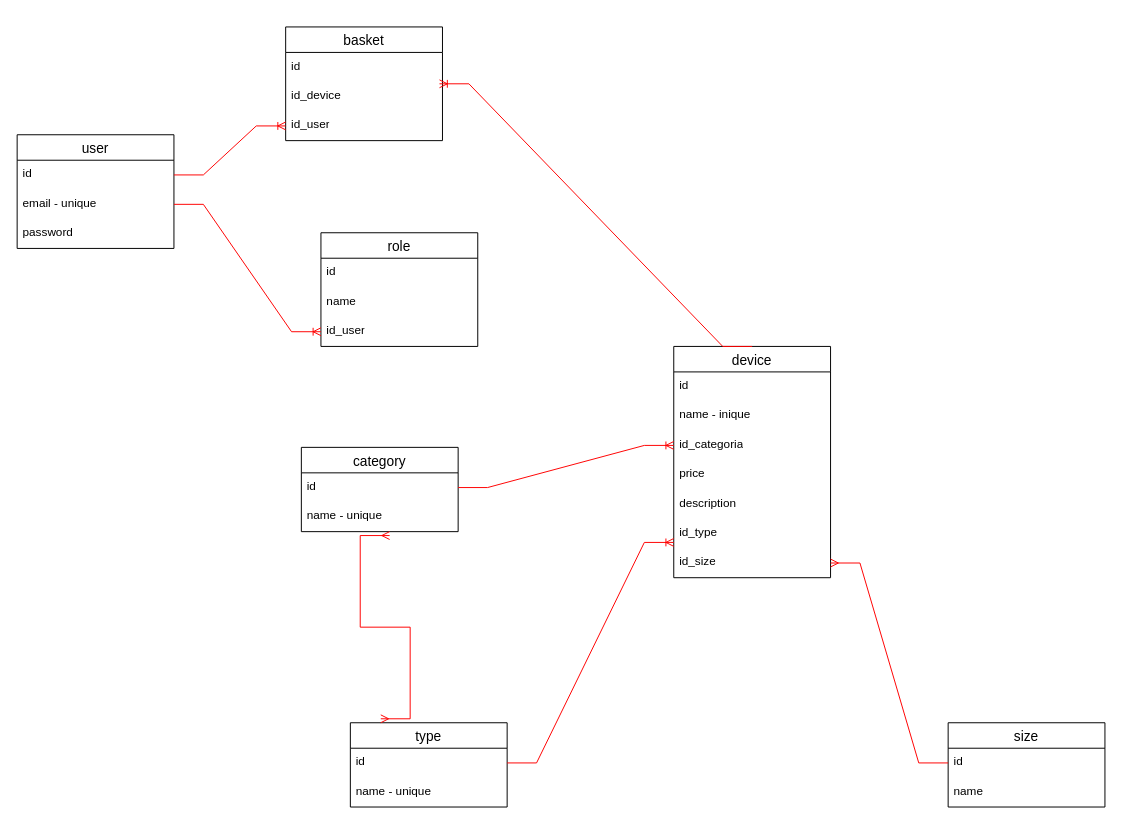
Earlier version of the draw.io diagram shose.drawio (OlegGrn/draw_io). Source tidied: cells renumbered, new cells numbered last; positions are measured from the earlier drawing's top-left corner, leaving out a move shared by most shapes. Both pictures are drawn from the tidied source at 98%, with x=0, y=0 at pixel (17, 26).
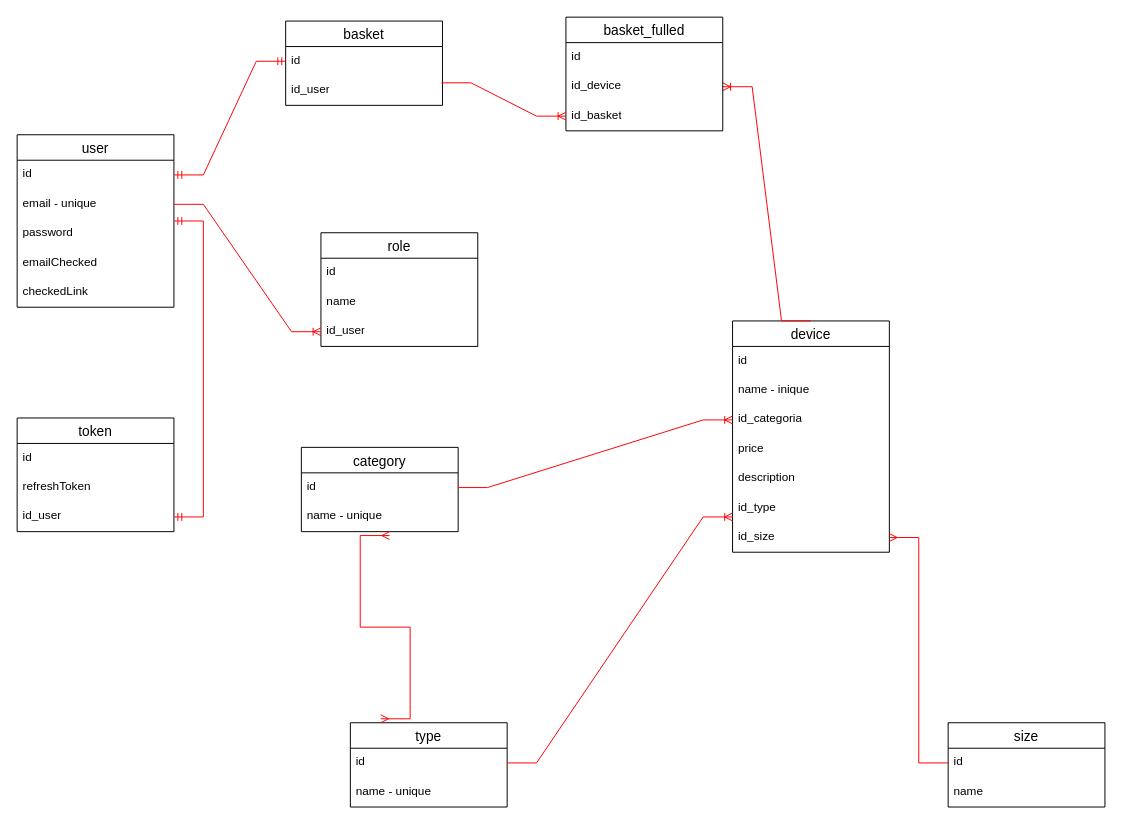
Above is the later version.

Unchanged cells that the change refers to:
```xml
<mxCell id="3" value="id" style="text;strokeColor=none;fillColor=none;spacingLeft=4;spacingRight=4;overflow=hidden;points=[[0,0.5],[1,0.5]];portConstraint=eastwest;fontSize=12;whiteSpace=wrap;html=1;" parent="2" vertex="1">
  <mxGeometry y="26" width="160" height="30" as="geometry" />
</mxCell>
<mxCell id="7" value="id" style="text;strokeColor=none;fillColor=none;spacingLeft=4;spacingRight=4;overflow=hidden;points=[[0,0.5],[1,0.5]];portConstraint=eastwest;fontSize=12;whiteSpace=wrap;html=1;" parent="6" vertex="1">
  <mxGeometry y="26" width="160" height="30" as="geometry" />
</mxCell>
```

Change to the diagram source:
```diff
@@
     <mxCell id="2" value="user" style="swimlane;fontStyle=0;horizontal=1;startSize=26;align=center;fontSize=14;" parent="1" vertex="1">
-      <mxGeometry y="110" width="160" height="116" as="geometry" />
+      <mxGeometry y="110" width="160" height="176" as="geometry" />
     </mxCell>
@@
+    <mxCell id="38" value="emailChecked" style="text;strokeColor=none;fillColor=none;spacingLeft=4;spacingRight=4;overflow=hidden;fontSize=12;whiteSpace=wrap;html=1;" parent="2" vertex="1">
+      <mxGeometry y="116" width="160" height="30" as="geometry" />
+    </mxCell>
+    <mxCell id="39" value="checkedLink" style="text;strokeColor=none;fillColor=none;spacingLeft=4;spacingRight=4;overflow=hidden;fontSize=12;whiteSpace=wrap;html=1;" parent="2" vertex="1">
+      <mxGeometry y="146" width="160" height="30" as="geometry" />
+    </mxCell>
     <mxCell id="6" value="basket" style="swimlane;fontStyle=0;horizontal=1;startSize=26;align=center;fontSize=14;" parent="1" vertex="1">
-      <mxGeometry x="274" width="160" height="116" as="geometry" />
+      <mxGeometry x="274" y="-6" width="160" height="86" as="geometry" />
     </mxCell>
@@
-    <mxCell id="8" value="id_device" style="text;strokeColor=none;fillColor=none;spacingLeft=4;spacingRight=4;overflow=hidden;points=[[0,0.5],[1,0.5]];portConstraint=eastwest;fontSize=12;whiteSpace=wrap;html=1;" parent="6" vertex="1">
-      <mxGeometry y="56" width="160" height="30" as="geometry" />
-    </mxCell>
     <mxCell id="9" value="id_user" style="text;strokeColor=none;fillColor=none;spacingLeft=4;spacingRight=4;overflow=hidden;points=[[0,0.5],[1,0.5]];portConstraint=eastwest;fontSize=12;whiteSpace=wrap;html=1;" parent="6" vertex="1">
-      <mxGeometry y="86" width="160" height="30" as="geometry" />
+      <mxGeometry y="56" width="160" height="30" as="geometry" />
     </mxCell>
-    <mxCell id="10" style="edgeStyle=entityRelationEdgeStyle;fontSize=12;html=1;endArrow=ERoneToMany;rounded=0;entryX=0;entryY=0.5;entryDx=0;entryDy=0;exitX=1;exitY=0.5;exitDx=0;exitDy=0;strokeColor=#FF0000;" parent="1" edge="1" source="3" target="9">
-      <mxGeometry relative="1" as="geometry" />
-    </mxCell>
     <mxCell id="11" value="device" style="swimlane;fontStyle=0;horizontal=1;startSize=26;align=center;fontSize=14;" parent="1" vertex="1">
-      <mxGeometry x="670" y="326" width="160" height="236" as="geometry" />
+      <mxGeometry x="730" y="300" width="160" height="236" as="geometry" />
     </mxCell>
@@
-    <mxCell id="26" style="edgeStyle=entityRelationEdgeStyle;fontSize=12;html=1;endArrow=ERoneToMany;rounded=0;exitX=0.5;exitY=0;exitDx=0;exitDy=0;entryX=0.981;entryY=1.067;entryDx=0;entryDy=0;entryPerimeter=0;strokeColor=#FF0000;" parent="1" edge="1" source="11" target="7">
+    <mxCell id="26" style="edgeStyle=entityRelationEdgeStyle;fontSize=12;html=1;endArrow=ERoneToMany;rounded=0;exitX=0.5;exitY=0;exitDx=0;exitDy=0;entryX=1;entryY=0.5;entryDx=0;entryDy=0;strokeColor=#FF0000;" parent="1" edge="1" source="11" target="8">
       <mxGeometry relative="1" as="geometry" />
     </mxCell>
@@
+    <mxCell id="40" value="basket_fulled" style="swimlane;fontStyle=0;horizontal=1;startSize=26;align=center;fontSize=14;" parent="1" vertex="1">
+      <mxGeometry x="560" y="-10" width="160" height="116" as="geometry" />
+    </mxCell>
+    <mxCell id="41" value="id" style="text;strokeColor=none;fillColor=none;spacingLeft=4;spacingRight=4;overflow=hidden;fontSize=12;whiteSpace=wrap;html=1;" parent="40" vertex="1">
+      <mxGeometry y="26" width="160" height="30" as="geometry" />
+    </mxCell>
+    <mxCell id="8" value="id_device" style="text;strokeColor=none;fillColor=none;spacingLeft=4;spacingRight=4;overflow=hidden;points=[[0,0.5],[1,0.5]];portConstraint=eastwest;fontSize=12;whiteSpace=wrap;html=1;" parent="40" vertex="1">
+      <mxGeometry y="56" width="160" height="30" as="geometry" />
+    </mxCell>
+    <mxCell id="42" value="id_basket" style="text;strokeColor=none;fillColor=none;spacingLeft=4;spacingRight=4;overflow=hidden;points=[[0,0.5],[1,0.5]];portConstraint=eastwest;fontSize=12;whiteSpace=wrap;html=1;" parent="40" vertex="1">
+      <mxGeometry y="86" width="160" height="30" as="geometry" />
+    </mxCell>
+    <mxCell id="43" style="edgeStyle=entityRelationEdgeStyle;fontSize=12;html=1;endArrow=ERmandOne;startArrow=ERmandOne;rounded=0;entryX=0;entryY=0.5;entryDx=0;entryDy=0;exitX=1;exitY=0.5;exitDx=0;exitDy=0;strokeColor=#FF0000;" parent="1" edge="1" source="3" target="7">
+      <mxGeometry relative="1" as="geometry" />
+    </mxCell>
+    <mxCell id="44" style="edgeStyle=entityRelationEdgeStyle;fontSize=12;html=1;endArrow=ERoneToMany;rounded=0;entryX=0;entryY=0.5;entryDx=0;entryDy=0;exitX=0.994;exitY=0.233;exitDx=0;exitDy=0;exitPerimeter=0;strokeColor=#FF0000;" parent="1" edge="1" source="9" target="42">
+      <mxGeometry relative="1" as="geometry" />
+    </mxCell>
+    <mxCell id="45" value="token" style="swimlane;fontStyle=0;horizontal=1;startSize=26;align=center;fontSize=14;" parent="1" vertex="1">
+      <mxGeometry y="399" width="160" height="116" as="geometry" />
+    </mxCell>
+    <mxCell id="46" value="id" style="text;strokeColor=none;fillColor=none;spacingLeft=4;spacingRight=4;overflow=hidden;fontSize=12;whiteSpace=wrap;html=1;" parent="45" vertex="1">
+      <mxGeometry y="26" width="160" height="30" as="geometry" />
+    </mxCell>
+    <mxCell id="47" value="refreshToken" style="text;strokeColor=none;fillColor=none;spacingLeft=4;spacingRight=4;overflow=hidden;fontSize=12;whiteSpace=wrap;html=1;" parent="45" vertex="1">
+      <mxGeometry y="56" width="160" height="30" as="geometry" />
+    </mxCell>
+    <mxCell id="48" value="id_user" style="text;strokeColor=none;fillColor=none;spacingLeft=4;spacingRight=4;overflow=hidden;points=[[0,0.5],[1,0.5]];portConstraint=eastwest;fontSize=12;whiteSpace=wrap;html=1;" parent="45" vertex="1">
+      <mxGeometry y="86" width="160" height="30" as="geometry" />
+    </mxCell>
+    <mxCell id="49" style="edgeStyle=entityRelationEdgeStyle;fontSize=12;html=1;endArrow=ERmandOne;startArrow=ERmandOne;rounded=0;exitX=1;exitY=0.5;exitDx=0;exitDy=0;strokeColor=#FF0000;" parent="1" edge="1" source="48" target="2">
+      <mxGeometry relative="1" as="geometry">
+        <Array as="points">
+          <mxPoint x="-40" y="170" />
+        </Array>
+      </mxGeometry>
+    </mxCell>
```
